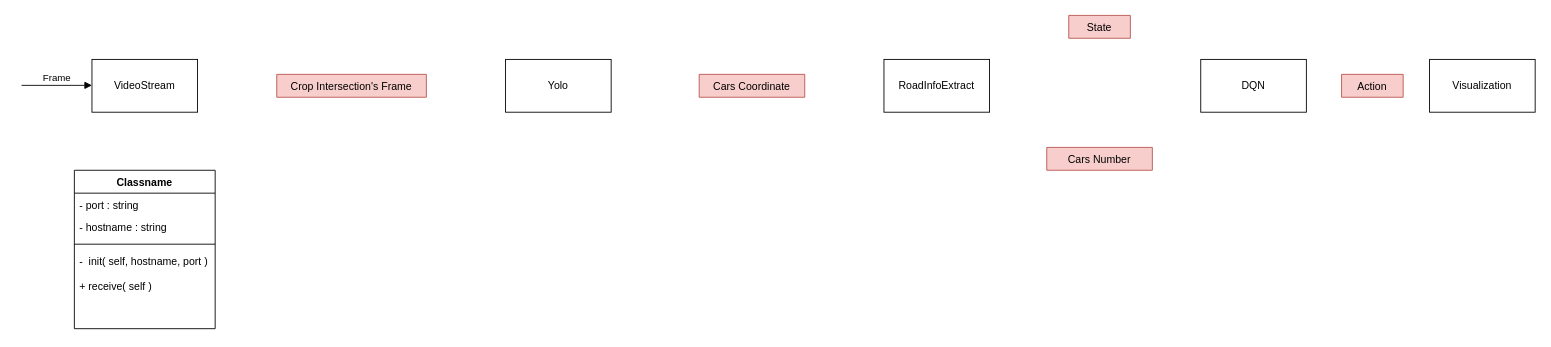
houance/Intelligent-Traffic-Light-System keeps this draw.io diagram as System UML Design.drawio. Above is the earlier version. Source tidied: cells renumbered, new cells numbered last; positions are measured from the earlier drawing's top-left corner, leaving out a move shared by most shapes. Both pictures are drawn from the tidied source at 88%, with x=0, y=0 at pixel (21, 15).
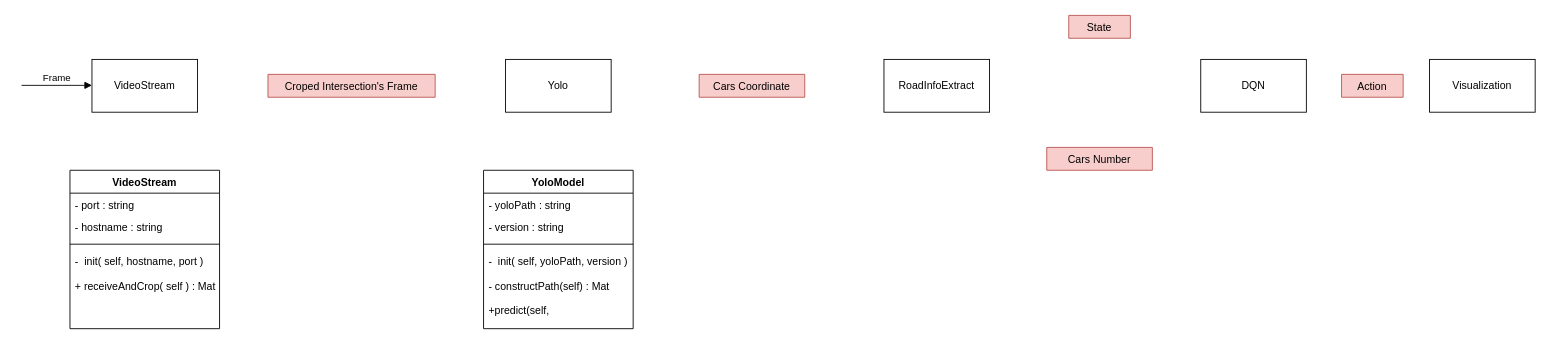
The same diagram, later.

The edit, as a diff of the source:
```diff
@@
-    <mxCell id="7" value="Crop Intersection's Frame" style="swimlane;fontStyle=0;horizontal=1;startSize=26;fillColor=#f8cecc;strokeColor=#b85450;" parent="1" vertex="1" collapsed="1">
-      <mxGeometry x="290" y="67" width="170" height="26" as="geometry" />
+    <mxCell id="7" value="Croped Intersection's Frame" style="swimlane;fontStyle=0;horizontal=1;startSize=26;fillColor=#f8cecc;strokeColor=#b85450;" parent="1" vertex="1" collapsed="1">
+      <mxGeometry x="280" y="67" width="190" height="26" as="geometry" />
     </mxCell>
@@
-    <mxCell id="13" value="Classname" style="swimlane;fontStyle=1;align=center;verticalAlign=top;horizontal=1;startSize=26;" parent="1" vertex="1">
-      <mxGeometry x="60" y="176" width="160" height="180" as="geometry" />
+    <mxCell id="13" value="VideoStream" style="swimlane;fontStyle=1;align=center;verticalAlign=top;horizontal=1;startSize=26;" parent="1" vertex="1">
+      <mxGeometry x="55" y="176" width="170" height="180" as="geometry" />
     </mxCell>
     <mxCell id="14" value="- port : string&#10;" style="text;strokeColor=none;fillColor=none;align=left;verticalAlign=top;spacingLeft=4;spacingRight=4;overflow=hidden;" parent="13" vertex="1">
-      <mxGeometry y="26" width="160" height="26" as="geometry" />
+      <mxGeometry y="26" width="170" height="26" as="geometry" />
     </mxCell>
     <mxCell id="15" value="- hostname : string&#10;" style="text;strokeColor=none;fillColor=none;align=left;verticalAlign=top;spacingLeft=4;spacingRight=4;overflow=hidden;" parent="13" vertex="1">
-      <mxGeometry y="52" width="160" height="26" as="geometry" />
+      <mxGeometry y="52" width="170" height="26" as="geometry" />
     </mxCell>
     <mxCell id="16" style="line;strokeWidth=1;fillColor=none;align=left;verticalAlign=middle;spacingTop=-1;spacingLeft=3;spacingRight=3;labelPosition=right;" parent="13" vertex="1">
-      <mxGeometry y="78" width="160" height="12" as="geometry" />
+      <mxGeometry y="78" width="170" height="12" as="geometry" />
     </mxCell>
-    <mxCell id="17" value="-  init( self, hostname, port )&#10;&#10;+ receive( self ) " style="text;strokeColor=none;fillColor=none;align=left;verticalAlign=top;spacingLeft=4;spacingRight=4;overflow=hidden;" parent="13" vertex="1">
-      <mxGeometry y="90" width="160" height="90" as="geometry" />
+    <mxCell id="17" value="-  init( self, hostname, port )&#10;&#10;+ receiveAndCrop( self ) : Mat" style="text;strokeColor=none;fillColor=none;align=left;verticalAlign=top;spacingLeft=4;spacingRight=4;overflow=hidden;" parent="13" vertex="1">
+      <mxGeometry y="90" width="170" height="90" as="geometry" />
     </mxCell>
+    <mxCell id="18" value="YoloModel" style="swimlane;fontStyle=1;align=center;verticalAlign=top;horizontal=1;startSize=26;" parent="1" vertex="1">
+      <mxGeometry x="525" y="176" width="170" height="180" as="geometry" />
+    </mxCell>
+    <mxCell id="19" value="- yoloPath : string&#10;" style="text;strokeColor=none;fillColor=none;align=left;verticalAlign=top;spacingLeft=4;spacingRight=4;overflow=hidden;" parent="18" vertex="1">
+      <mxGeometry y="26" width="170" height="26" as="geometry" />
+    </mxCell>
+    <mxCell id="20" value="- version : string&#10;" style="text;strokeColor=none;fillColor=none;align=left;verticalAlign=top;spacingLeft=4;spacingRight=4;overflow=hidden;" parent="18" vertex="1">
+      <mxGeometry y="52" width="170" height="26" as="geometry" />
+    </mxCell>
+    <mxCell id="21" style="line;strokeWidth=1;fillColor=none;align=left;verticalAlign=middle;spacingTop=-1;spacingLeft=3;spacingRight=3;labelPosition=right;" parent="18" vertex="1">
+      <mxGeometry y="78" width="170" height="12" as="geometry" />
+    </mxCell>
+    <mxCell id="22" value="-  init( self, yoloPath, version )&#10;&#10;- constructPath(self) : Mat&#10;&#10;+predict(self, " style="text;strokeColor=none;fillColor=none;align=left;verticalAlign=top;spacingLeft=4;spacingRight=4;overflow=hidden;" parent="18" vertex="1">
+      <mxGeometry y="90" width="170" height="90" as="geometry" />
+    </mxCell>
```
